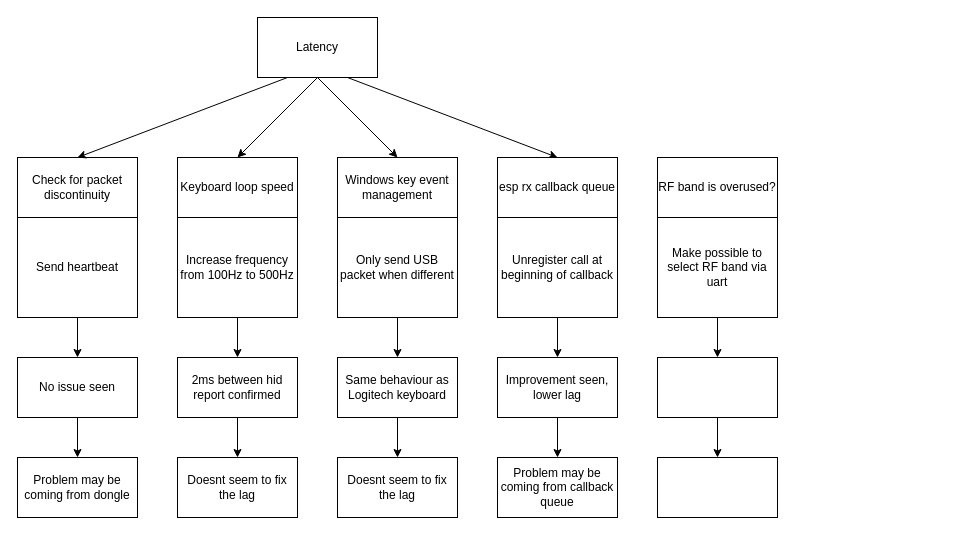
Earlier version of the draw.io diagram Software/Ticket documentation/Fix buffering queue (input lag)/Fix buffering queue (input lag).drawio (PumaFPV/PMK). Source tidied: cells renumbered, new cells numbered last; positions are measured from the earlier drawing's top-left corner, leaving out a move shared by most shapes. Both pictures are drawn from the tidied source at 100%, with x=0, y=0 at pixel (17, 17).
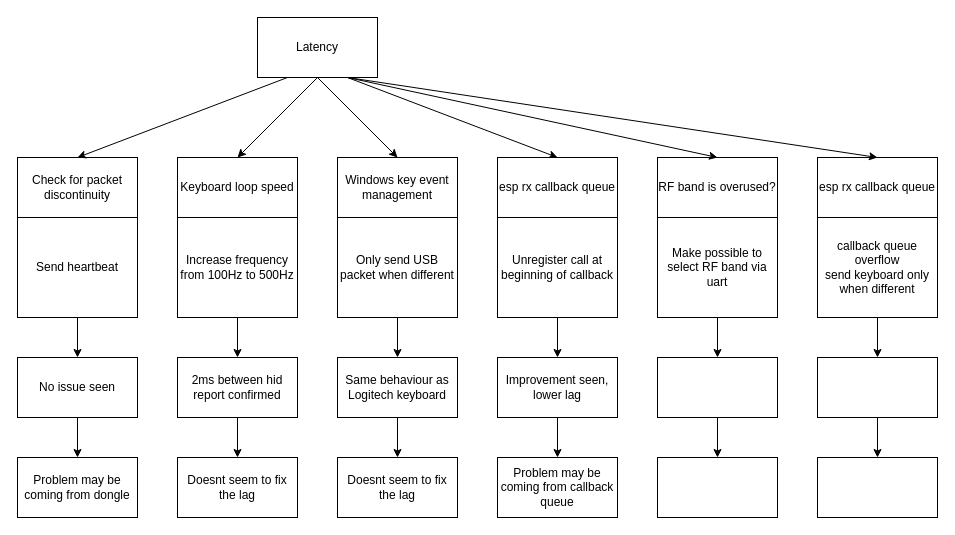
The same page after the edit.

Commit message (it also covers changes not shown here):
have i just resolved the input lag issue?

The change refers to these unchanged cells:
```xml
<mxCell id="2" value="Latency" style="rounded=0;whiteSpace=wrap;html=1;" parent="1" vertex="1">
  <mxGeometry x="240" width="120" height="60" as="geometry" />
</mxCell>
<mxCell id="31" value="RF band is overused?" style="rounded=0;whiteSpace=wrap;html=1;" parent="1" vertex="1">
  <mxGeometry x="640" y="140" width="120" height="60" as="geometry" />
</mxCell>
```

The edit, as a diff of the source:
```diff
@@
+    <mxCell id="37" value="esp rx callback queue" style="rounded=0;whiteSpace=wrap;html=1;" parent="1" vertex="1">
+      <mxGeometry x="800" y="140" width="120" height="60" as="geometry" />
+    </mxCell>
+    <mxCell id="38" value="callback queue overflow&lt;div&gt;send keyboard only when different&lt;/div&gt;" style="rounded=0;whiteSpace=wrap;html=1;" parent="1" vertex="1">
+      <mxGeometry x="800" y="200" width="120" height="100" as="geometry" />
+    </mxCell>
+    <mxCell id="39" style="rounded=0;whiteSpace=wrap;html=1;" parent="1" vertex="1">
+      <mxGeometry x="800" y="340" width="120" height="60" as="geometry" />
+    </mxCell>
+    <mxCell id="40" style="rounded=0;whiteSpace=wrap;html=1;" parent="1" vertex="1">
+      <mxGeometry x="800" y="440" width="120" height="60" as="geometry" />
+    </mxCell>
+    <mxCell id="41" style="endArrow=classic;html=1;rounded=0;exitX=0.5;exitY=1;exitDx=0;exitDy=0;" parent="1" edge="1">
+      <mxGeometry relative="1" as="geometry">
+        <mxPoint x="860" y="400" as="sourcePoint" />
+        <mxPoint x="860" y="440" as="targetPoint" />
+      </mxGeometry>
+    </mxCell>
+    <mxCell id="42" style="endArrow=classic;html=1;rounded=0;exitX=0.5;exitY=1;exitDx=0;exitDy=0;" parent="1" edge="1">
+      <mxGeometry relative="1" as="geometry">
+        <mxPoint x="860" y="300" as="sourcePoint" />
+        <mxPoint x="860" y="340" as="targetPoint" />
+      </mxGeometry>
+    </mxCell>
+    <mxCell id="43" style="endArrow=classic;html=1;rounded=0;exitX=0.75;exitY=1;exitDx=0;exitDy=0;entryX=0.5;entryY=0;entryDx=0;entryDy=0;" parent="1" edge="1" source="2" target="31">
+      <mxGeometry relative="1" as="geometry" />
+    </mxCell>
+    <mxCell id="44" style="endArrow=classic;html=1;rounded=0;exitX=0.75;exitY=1;exitDx=0;exitDy=0;entryX=0.5;entryY=0;entryDx=0;entryDy=0;" parent="1" edge="1" source="2" target="37">
+      <mxGeometry relative="1" as="geometry" />
+    </mxCell>
```
